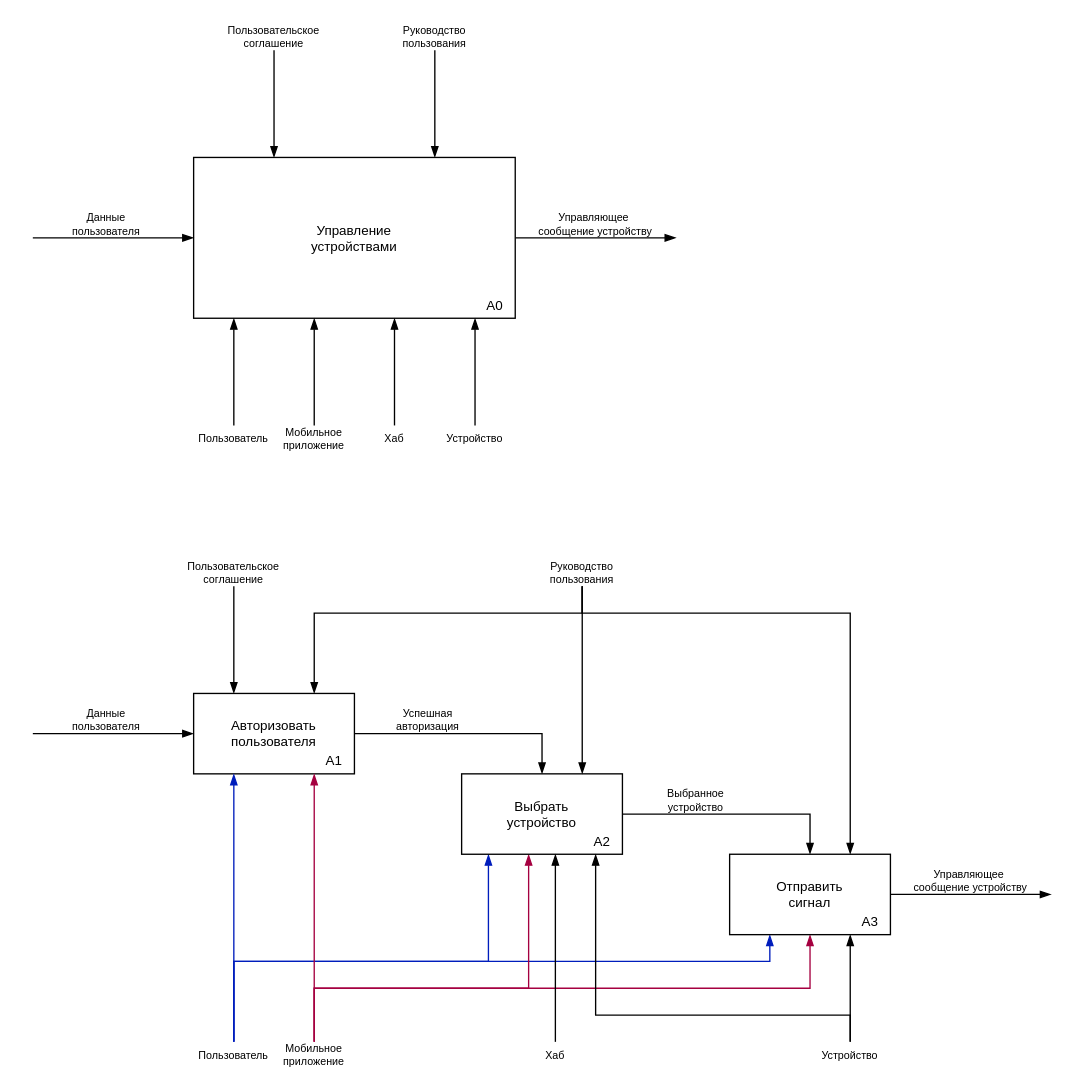
mkstas/LearningVyatSu keeps this draw.io diagram as systems-engineering/idef-0.drawio. Above is the earlier version. Source tidied: cells renumbered, new cells numbered last; positions are measured from the earlier drawing's top-left corner, leaving out a move shared by most shapes. Both pictures are drawn from the tidied source at 134%, with x=0, y=0 at pixel (32, 23).
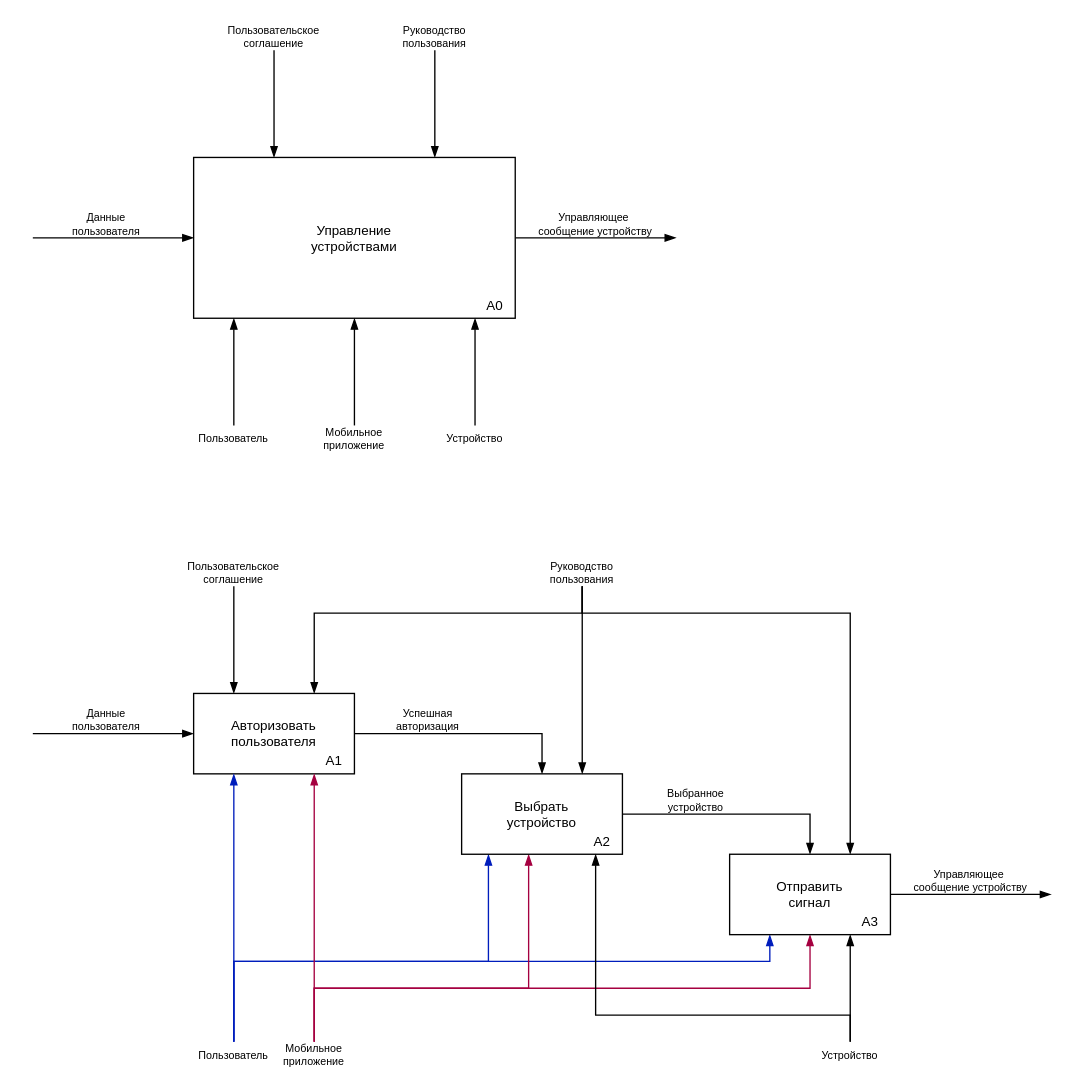
The same diagram, later.

Unchanged cells that the change refers to:
```xml
<mxCell id="36" value="Выбрать&lt;div&gt;устройство&lt;/div&gt;" style="rounded=0;whiteSpace=wrap;html=1;fontSize=10;" parent="1" vertex="1">
  <mxGeometry x="320" y="560" width="120" height="60" as="geometry" />
</mxCell>
```

Change to the diagram source:
```diff
@@
     <mxCell id="13" style="edgeStyle=orthogonalEdgeStyle;rounded=0;orthogonalLoop=1;jettySize=auto;html=1;endArrow=blockThin;endFill=1;" parent="1" edge="1">
       <mxGeometry relative="1" as="geometry">
-        <mxPoint x="210" y="300" as="sourcePoint" />
-        <mxPoint x="210" y="220" as="targetPoint" />
+        <mxPoint x="240" y="300" as="sourcePoint" />
+        <mxPoint x="240" y="220" as="targetPoint" />
       </mxGeometry>
     </mxCell>
-    <mxCell id="14" value="Хаб" style="text;html=1;whiteSpace=wrap;strokeColor=none;fillColor=none;align=center;verticalAlign=middle;rounded=0;fontSize=8;" parent="1" vertex="1">
-      <mxGeometry x="255" y="300" width="30" height="20" as="geometry" />
-    </mxCell>
-    <mxCell id="15" style="edgeStyle=orthogonalEdgeStyle;rounded=0;orthogonalLoop=1;jettySize=auto;html=1;endArrow=blockThin;endFill=1;" parent="1" edge="1">
-      <mxGeometry relative="1" as="geometry">
-        <mxPoint x="269.9" y="300" as="sourcePoint" />
-        <mxPoint x="269.9" y="220" as="targetPoint" />
-      </mxGeometry>
-    </mxCell>
@@
     <mxCell id="18" value="Мобильное&lt;div&gt;приложение&lt;/div&gt;" style="text;html=1;whiteSpace=wrap;strokeColor=none;fillColor=none;align=center;verticalAlign=middle;rounded=0;fontSize=8;" parent="1" vertex="1">
-      <mxGeometry x="180" y="300" width="60" height="20" as="geometry" />
+      <mxGeometry x="210" y="300" width="60" height="20" as="geometry" />
     </mxCell>
@@
-    <mxCell id="42" style="edgeStyle=orthogonalEdgeStyle;rounded=0;jettySize=auto;html=1;entryX=0.583;entryY=1;entryDx=0;entryDy=0;entryPerimeter=0;endArrow=blockThin;endFill=1;" parent="1" edge="1" source="43" target="36">
-      <mxGeometry relative="1" as="geometry" />
-    </mxCell>
-    <mxCell id="43" value="Хаб" style="text;html=1;whiteSpace=wrap;strokeColor=none;fillColor=none;align=center;verticalAlign=middle;rounded=0;fontSize=8;" parent="1" vertex="1">
-      <mxGeometry x="370" y="760" width="40" height="20" as="geometry" />
-    </mxCell>
```
